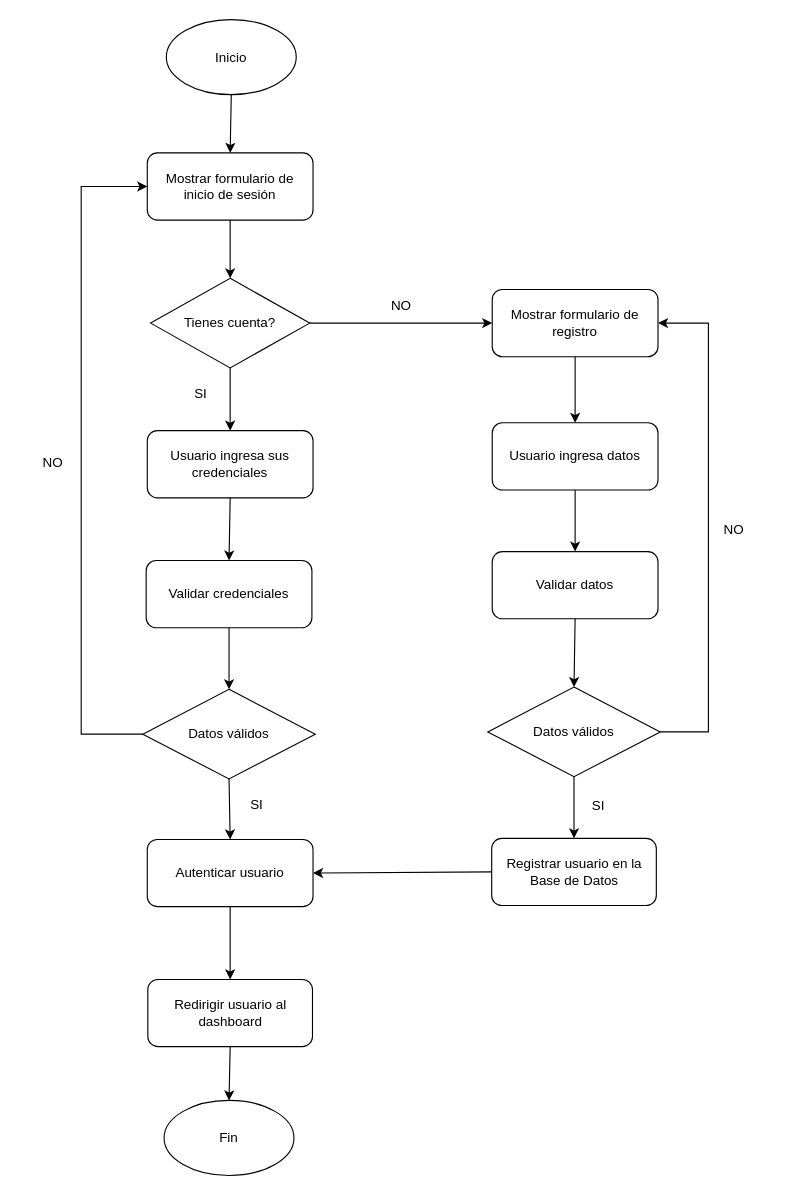
Earlier version of the draw.io diagram diagramas/autenticacion.drawio (hdz-kevin/documentacion-sonrisas). Source tidied: cells renumbered, new cells numbered last; positions are measured from the earlier drawing's top-left corner, leaving out a move shared by most shapes. Both pictures are drawn from the tidied source at 112%, with x=0, y=0 at pixel (19, 19).
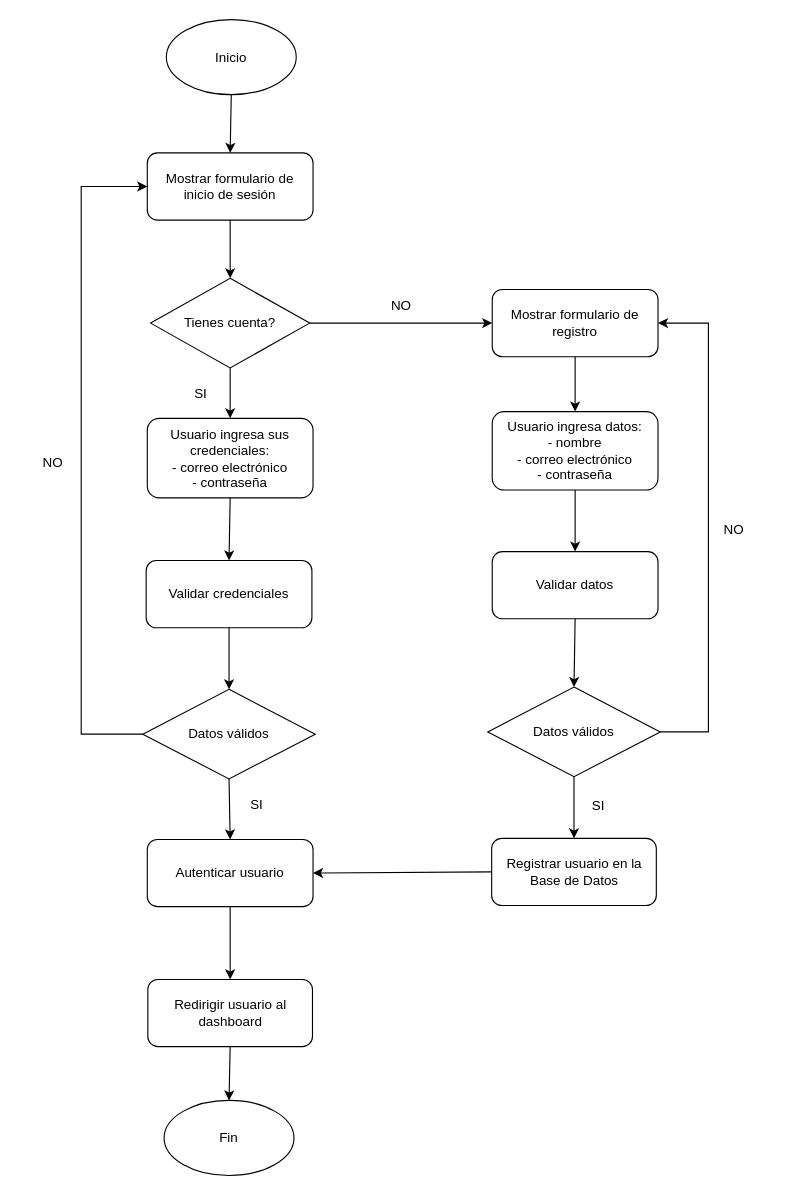
The same page after the edit.

The edit, as a diff of the source:
```diff
@@
-    <mxCell id="7" value="Usuario ingresa datos" style="rounded=1;whiteSpace=wrap;html=1;" parent="1" vertex="1">
-      <mxGeometry x="422" y="360" width="148" height="60" as="geometry" />
+    <mxCell id="7" value="Usuario ingresa datos:&lt;div&gt;- nombre&lt;/div&gt;&lt;div&gt;- correo electrónico&lt;/div&gt;&lt;div&gt;- contraseña&lt;/div&gt;" style="rounded=1;whiteSpace=wrap;html=1;" parent="1" vertex="1">
+      <mxGeometry x="422" y="350" width="148" height="70" as="geometry" />
     </mxCell>
@@
-    <mxCell id="21" value="Usuario ingresa sus credenciales" style="rounded=1;whiteSpace=wrap;html=1;" parent="1" vertex="1">
-      <mxGeometry x="114" y="367" width="148" height="60" as="geometry" />
+    <mxCell id="21" value="Usuario ingresa sus credenciales:&lt;div&gt;- correo electrónico&lt;/div&gt;&lt;div&gt;- contraseña&lt;/div&gt;" style="rounded=1;whiteSpace=wrap;html=1;" parent="1" vertex="1">
+      <mxGeometry x="114" y="356" width="148" height="71" as="geometry" />
     </mxCell>
```
